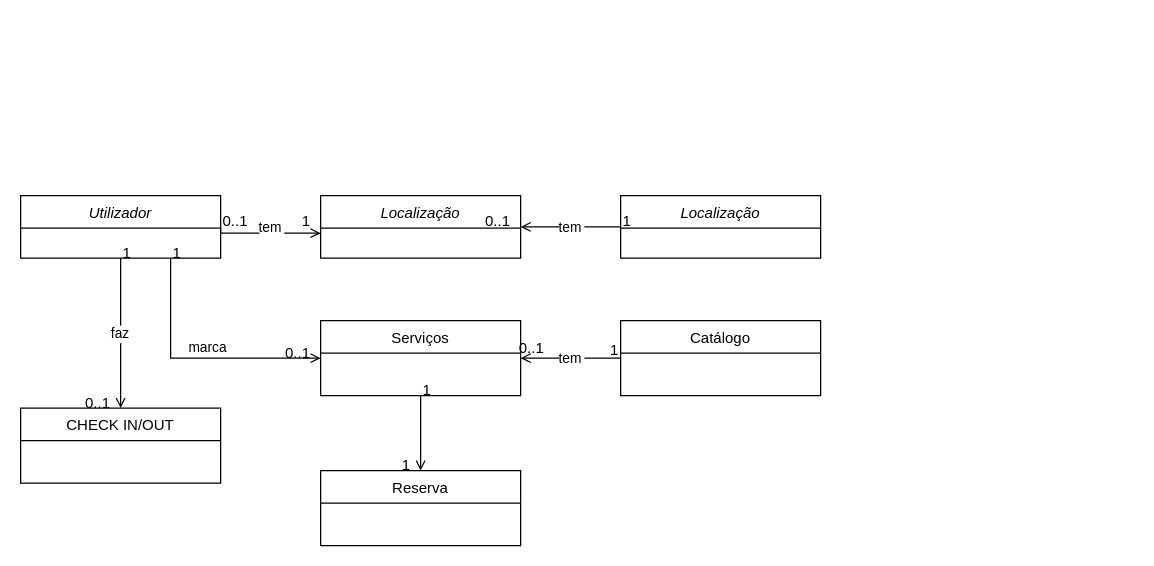
Above: modelos/Untitled Diagram.drawio in hplive/modelosPesti (draw.io), before the change. Source tidied: cells renumbered, new cells numbered last; positions are measured from the earlier drawing's top-left corner, leaving out a move shared by most shapes. Both pictures are drawn from the tidied source at 125%, with x=0, y=0 at pixel (20, 195).
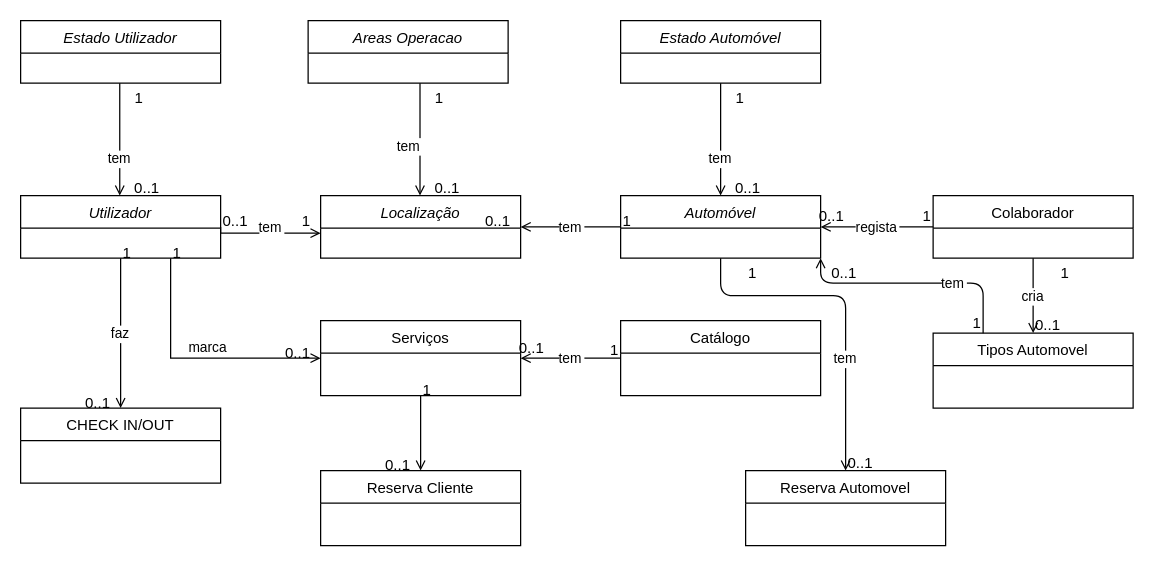
The same page after the edit.

The change refers to these unchanged cells:
```xml
<mxCell id="14" style="endArrow=open;shadow=0;strokeWidth=1;rounded=0;endFill=1;edgeStyle=elbowEdgeStyle;elbow=vertical;exitX=0.5;exitY=1;exitDx=0;exitDy=0;entryX=0.5;entryY=0;entryDx=0;entryDy=0;" parent="1" edge="1" source="9" target="13">
  <mxGeometry x="0.5" y="41" relative="1" as="geometry">
    <Array as="points">
      <mxPoint x="330" y="180" />
    </Array>
    <mxPoint x="-40" y="32" as="offset" />
  </mxGeometry>
</mxCell>
```

Diff of the diagram source:
```diff
@@
-    <mxCell id="8" value="Localização" style="swimlane;fontStyle=2;align=center;verticalAlign=top;horizontal=1;startSize=26;rounded=0;shadow=0;strokeWidth=1;" parent="1" vertex="1">
+    <mxCell id="8" value="Automóvel" style="swimlane;fontStyle=2;align=center;verticalAlign=top;horizontal=1;startSize=26;rounded=0;shadow=0;strokeWidth=1;" parent="1" vertex="1">
       <mxGeometry x="480" width="160" height="50" as="geometry" />
     </mxCell>
@@
-    <mxCell id="13" value="Reserva" style="swimlane;fontStyle=0;align=center;verticalAlign=top;horizontal=1;startSize=26;rounded=0;shadow=0;strokeWidth=1;" parent="1" vertex="1">
+    <mxCell id="13" value="Reserva Cliente" style="swimlane;fontStyle=0;align=center;verticalAlign=top;horizontal=1;startSize=26;rounded=0;shadow=0;strokeWidth=1;" parent="1" vertex="1">
       <mxGeometry x="240" y="220" width="160" height="60" as="geometry" />
     </mxCell>
@@
-    <mxCell id="16" value="1" style="align=right;verticalAlign=bottom;labelBackgroundColor=none;fontSize=12;" parent="14" vertex="1">
+    <mxCell id="16" value="0..1" style="align=right;verticalAlign=bottom;labelBackgroundColor=none;fontSize=12;" parent="14" vertex="1">
       <mxGeometry x="1" relative="1" as="geometry">
         <mxPoint x="-7" y="4" as="offset" />
       </mxGeometry>
     </mxCell>
@@
+    <mxCell id="27" value="Colaborador" style="swimlane;fontStyle=0;align=center;verticalAlign=top;horizontal=1;startSize=26;rounded=0;shadow=0;strokeWidth=1;" parent="1" vertex="1">
+      <mxGeometry x="730" width="160" height="50" as="geometry" />
+    </mxCell>
+    <mxCell id="28" value="regista" style="endArrow=open;shadow=0;strokeWidth=1;rounded=0;endFill=1;edgeStyle=elbowEdgeStyle;elbow=vertical;exitX=0;exitY=0.5;exitDx=0;exitDy=0;entryX=1;entryY=0.5;entryDx=0;entryDy=0;" parent="1" edge="1" source="27" target="8">
+      <mxGeometry relative="1" as="geometry" />
+    </mxCell>
+    <mxCell id="29" value="1" style="align=left;verticalAlign=bottom;labelBackgroundColor=none;fontSize=12;" parent="28" vertex="1">
+      <mxGeometry x="-1" relative="1" as="geometry">
+        <mxPoint x="-10" as="offset" />
+      </mxGeometry>
+    </mxCell>
+    <mxCell id="30" value="0..1" style="align=right;verticalAlign=bottom;labelBackgroundColor=none;fontSize=12;" parent="28" vertex="1">
+      <mxGeometry x="1" relative="1" as="geometry">
+        <mxPoint x="20" as="offset" />
+      </mxGeometry>
+    </mxCell>
+    <mxCell id="31" value="Reserva Automovel" style="swimlane;fontStyle=0;align=center;verticalAlign=top;horizontal=1;startSize=26;rounded=0;shadow=0;strokeWidth=1;" parent="1" vertex="1">
+      <mxGeometry x="580" y="220" width="160" height="60" as="geometry" />
+    </mxCell>
+    <mxCell id="32" value="tem" style="endArrow=none;shadow=0;strokeWidth=1;endFill=0;edgeStyle=elbowEdgeStyle;elbow=vertical;endSize=6;rounded=1;exitX=0.5;exitY=0;exitDx=0;exitDy=0;startArrow=open;startFill=0;" parent="1" edge="1" source="31">
+      <mxGeometry x="-0.33" relative="1" as="geometry">
+        <mxPoint x="560" y="50" as="targetPoint" />
+        <Array as="points">
+          <mxPoint x="670" y="80" />
+          <mxPoint x="720" y="70" />
+          <mxPoint x="770" y="80" />
+          <mxPoint x="600" y="80" />
+          <mxPoint x="680" y="180" />
+          <mxPoint x="640" y="80" />
+          <mxPoint x="670" y="80" />
+          <mxPoint x="700" y="80" />
+        </Array>
+      </mxGeometry>
+    </mxCell>
+    <mxCell id="33" value="0..1" style="align=left;verticalAlign=bottom;labelBackgroundColor=none;fontSize=12;" parent="32" vertex="1">
+      <mxGeometry x="-1" relative="1" as="geometry">
+        <mxPoint y="2" as="offset" />
+      </mxGeometry>
+    </mxCell>
+    <mxCell id="34" value="1" style="align=right;verticalAlign=bottom;labelBackgroundColor=none;fontSize=12;" parent="32" vertex="1">
+      <mxGeometry x="1" relative="1" as="geometry">
+        <mxPoint x="30" y="20" as="offset" />
+      </mxGeometry>
+    </mxCell>
+    <mxCell id="35" value="Tipos Automovel" style="swimlane;fontStyle=0;align=center;verticalAlign=top;horizontal=1;startSize=26;rounded=0;shadow=0;strokeWidth=1;" parent="1" vertex="1">
+      <mxGeometry x="730" y="110" width="160" height="60" as="geometry" />
+    </mxCell>
+    <mxCell id="36" value="cria" style="endArrow=none;shadow=0;strokeWidth=1;endFill=0;edgeStyle=elbowEdgeStyle;elbow=vertical;endSize=6;rounded=1;exitX=0.5;exitY=0;exitDx=0;exitDy=0;startArrow=open;startFill=0;entryX=0.5;entryY=1;entryDx=0;entryDy=0;" parent="1" edge="1" source="35" target="27">
+      <mxGeometry relative="1" as="geometry">
+        <Array as="points">
+          <mxPoint x="820" y="80" />
+          <mxPoint x="1130" y="80" />
+          <mxPoint x="1180" y="90" />
+          <mxPoint x="1010" y="90" />
+          <mxPoint x="1090" y="190" />
+          <mxPoint x="1050" y="90" />
+          <mxPoint x="1080" y="90" />
+          <mxPoint x="1110" y="90" />
+        </Array>
+      </mxGeometry>
+    </mxCell>
+    <mxCell id="37" value="0..1" style="align=left;verticalAlign=bottom;labelBackgroundColor=none;fontSize=12;" parent="36" vertex="1">
+      <mxGeometry x="-1" relative="1" as="geometry">
+        <mxPoint y="2" as="offset" />
+      </mxGeometry>
+    </mxCell>
+    <mxCell id="38" value="1" style="align=right;verticalAlign=bottom;labelBackgroundColor=none;fontSize=12;" parent="36" vertex="1">
+      <mxGeometry x="1" relative="1" as="geometry">
+        <mxPoint x="30" y="20" as="offset" />
+      </mxGeometry>
+    </mxCell>
+    <mxCell id="39" value="tem" style="endArrow=open;shadow=0;strokeWidth=1;endFill=0;edgeStyle=elbowEdgeStyle;elbow=vertical;endSize=6;rounded=1;exitX=0.25;exitY=0;exitDx=0;exitDy=0;startArrow=none;startFill=0;entryX=1;entryY=1;entryDx=0;entryDy=0;" parent="1" edge="1" source="35" target="8">
+      <mxGeometry x="-0.33" relative="1" as="geometry">
+        <Array as="points">
+          <mxPoint x="760" y="70" />
+          <mxPoint x="1090" y="70" />
+          <mxPoint x="1140" y="80" />
+          <mxPoint x="970" y="80" />
+          <mxPoint x="1050" y="180" />
+          <mxPoint x="1010" y="80" />
+          <mxPoint x="1040" y="80" />
+          <mxPoint x="1070" y="80" />
+        </Array>
+      </mxGeometry>
+    </mxCell>
+    <mxCell id="40" value="1" style="align=left;verticalAlign=bottom;labelBackgroundColor=none;fontSize=12;" parent="39" vertex="1">
+      <mxGeometry x="-1" relative="1" as="geometry">
+        <mxPoint x="-10" as="offset" />
+      </mxGeometry>
+    </mxCell>
+    <mxCell id="41" value="0..1" style="align=right;verticalAlign=bottom;labelBackgroundColor=none;fontSize=12;" parent="39" vertex="1">
+      <mxGeometry x="1" relative="1" as="geometry">
+        <mxPoint x="30" y="20" as="offset" />
+      </mxGeometry>
+    </mxCell>
+    <mxCell id="42" value="Estado Automóvel" style="swimlane;fontStyle=2;align=center;verticalAlign=top;horizontal=1;startSize=26;rounded=0;shadow=0;strokeWidth=1;" parent="1" vertex="1">
+      <mxGeometry x="480" y="-140" width="160" height="50" as="geometry" />
+    </mxCell>
+    <mxCell id="43" value="tem" style="endArrow=none;shadow=0;strokeWidth=1;endFill=0;edgeStyle=elbowEdgeStyle;elbow=vertical;endSize=6;rounded=1;exitX=0.5;exitY=0;exitDx=0;exitDy=0;startArrow=open;startFill=0;entryX=0.5;entryY=1;entryDx=0;entryDy=0;" parent="1" edge="1" source="8" target="42">
+      <mxGeometry x="-0.33" relative="1" as="geometry">
+        <Array as="points">
+          <mxPoint x="560" y="-50" />
+          <mxPoint x="800" y="-200" />
+          <mxPoint x="850" y="-190" />
+          <mxPoint x="680" y="-190" />
+          <mxPoint x="760" y="-90" />
+          <mxPoint x="720" y="-190" />
+          <mxPoint x="750" y="-190" />
+          <mxPoint x="780" y="-190" />
+        </Array>
+      </mxGeometry>
+    </mxCell>
+    <mxCell id="44" value="0..1" style="align=left;verticalAlign=bottom;labelBackgroundColor=none;fontSize=12;" parent="43" vertex="1">
+      <mxGeometry x="-1" relative="1" as="geometry">
+        <mxPoint x="10" y="2" as="offset" />
+      </mxGeometry>
+    </mxCell>
+    <mxCell id="45" value="1" style="align=right;verticalAlign=bottom;labelBackgroundColor=none;fontSize=12;" parent="43" vertex="1">
+      <mxGeometry x="1" relative="1" as="geometry">
+        <mxPoint x="20" y="20" as="offset" />
+      </mxGeometry>
+    </mxCell>
+    <mxCell id="46" value="Areas Operacao" style="swimlane;fontStyle=2;align=center;verticalAlign=top;horizontal=1;startSize=26;rounded=0;shadow=0;strokeWidth=1;" parent="1" vertex="1">
+      <mxGeometry x="230" y="-140" width="160" height="50" as="geometry" />
+    </mxCell>
+    <mxCell id="47" value="tem" style="endArrow=none;shadow=0;strokeWidth=1;endFill=0;edgeStyle=elbowEdgeStyle;elbow=vertical;endSize=6;rounded=1;exitX=0.5;exitY=0;exitDx=0;exitDy=0;startArrow=open;startFill=0;entryX=0.5;entryY=1;entryDx=0;entryDy=0;" parent="1" edge="1">
+      <mxGeometry x="-0.11" y="10" relative="1" as="geometry">
+        <mxPoint x="319.5" as="sourcePoint" />
+        <mxPoint x="319.5" y="-90" as="targetPoint" />
+        <Array as="points">
+          <mxPoint x="319.5" y="-50" />
+          <mxPoint x="559.5" y="-200" />
+          <mxPoint x="609.5" y="-190" />
+          <mxPoint x="439.5" y="-190" />
+          <mxPoint x="519.5" y="-90" />
+          <mxPoint x="479.5" y="-190" />
+          <mxPoint x="509.5" y="-190" />
+          <mxPoint x="539.5" y="-190" />
+        </Array>
+        <mxPoint x="1" as="offset" />
+      </mxGeometry>
+    </mxCell>
+    <mxCell id="48" value="0..1" style="align=left;verticalAlign=bottom;labelBackgroundColor=none;fontSize=12;" parent="47" vertex="1">
+      <mxGeometry x="-1" relative="1" as="geometry">
+        <mxPoint x="10" y="2" as="offset" />
+      </mxGeometry>
+    </mxCell>
+    <mxCell id="49" value="1" style="align=right;verticalAlign=bottom;labelBackgroundColor=none;fontSize=12;" parent="47" vertex="1">
+      <mxGeometry x="1" relative="1" as="geometry">
+        <mxPoint x="20" y="20" as="offset" />
+      </mxGeometry>
+    </mxCell>
+    <mxCell id="50" value="Estado Utilizador" style="swimlane;fontStyle=2;align=center;verticalAlign=top;horizontal=1;startSize=26;rounded=0;shadow=0;strokeWidth=1;" parent="1" vertex="1">
+      <mxGeometry y="-140" width="160" height="50" as="geometry" />
+    </mxCell>
+    <mxCell id="51" value="tem" style="endArrow=none;shadow=0;strokeWidth=1;endFill=0;edgeStyle=elbowEdgeStyle;elbow=vertical;endSize=6;rounded=1;exitX=0.5;exitY=0;exitDx=0;exitDy=0;startArrow=open;startFill=0;entryX=0.5;entryY=1;entryDx=0;entryDy=0;" parent="1" edge="1">
+      <mxGeometry x="-0.33" relative="1" as="geometry">
+        <mxPoint x="79.3" as="sourcePoint" />
+        <mxPoint x="79.3" y="-90" as="targetPoint" />
+        <Array as="points">
+          <mxPoint x="79.3" y="-50" />
+          <mxPoint x="319.3" y="-200" />
+          <mxPoint x="369.3" y="-190" />
+          <mxPoint x="199.3" y="-190" />
+          <mxPoint x="279.3" y="-90" />
+          <mxPoint x="239.3" y="-190" />
+          <mxPoint x="269.3" y="-190" />
+          <mxPoint x="299.3" y="-190" />
+        </Array>
+      </mxGeometry>
+    </mxCell>
+    <mxCell id="52" value="0..1" style="align=left;verticalAlign=bottom;labelBackgroundColor=none;fontSize=12;" parent="51" vertex="1">
+      <mxGeometry x="-1" relative="1" as="geometry">
+        <mxPoint x="10" y="2" as="offset" />
+      </mxGeometry>
+    </mxCell>
+    <mxCell id="53" value="1" style="align=right;verticalAlign=bottom;labelBackgroundColor=none;fontSize=12;" parent="51" vertex="1">
+      <mxGeometry x="1" relative="1" as="geometry">
+        <mxPoint x="20" y="20" as="offset" />
+      </mxGeometry>
+    </mxCell>
```
